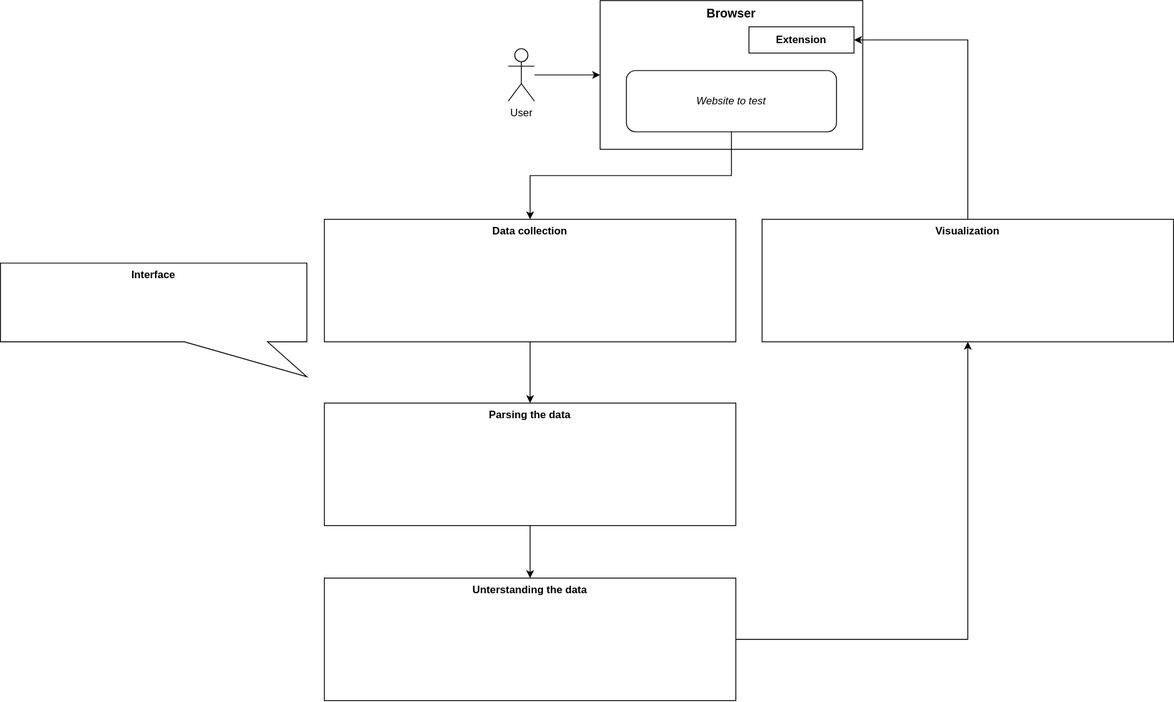
Above: documentation/modules.svg in tharsheblows/cloudfest-cookies (draw.io), before the change. Source tidied: cells renumbered, new cells last; positions are measured from the earlier drawing's top-left corner, leaving out a move shared by most shapes.
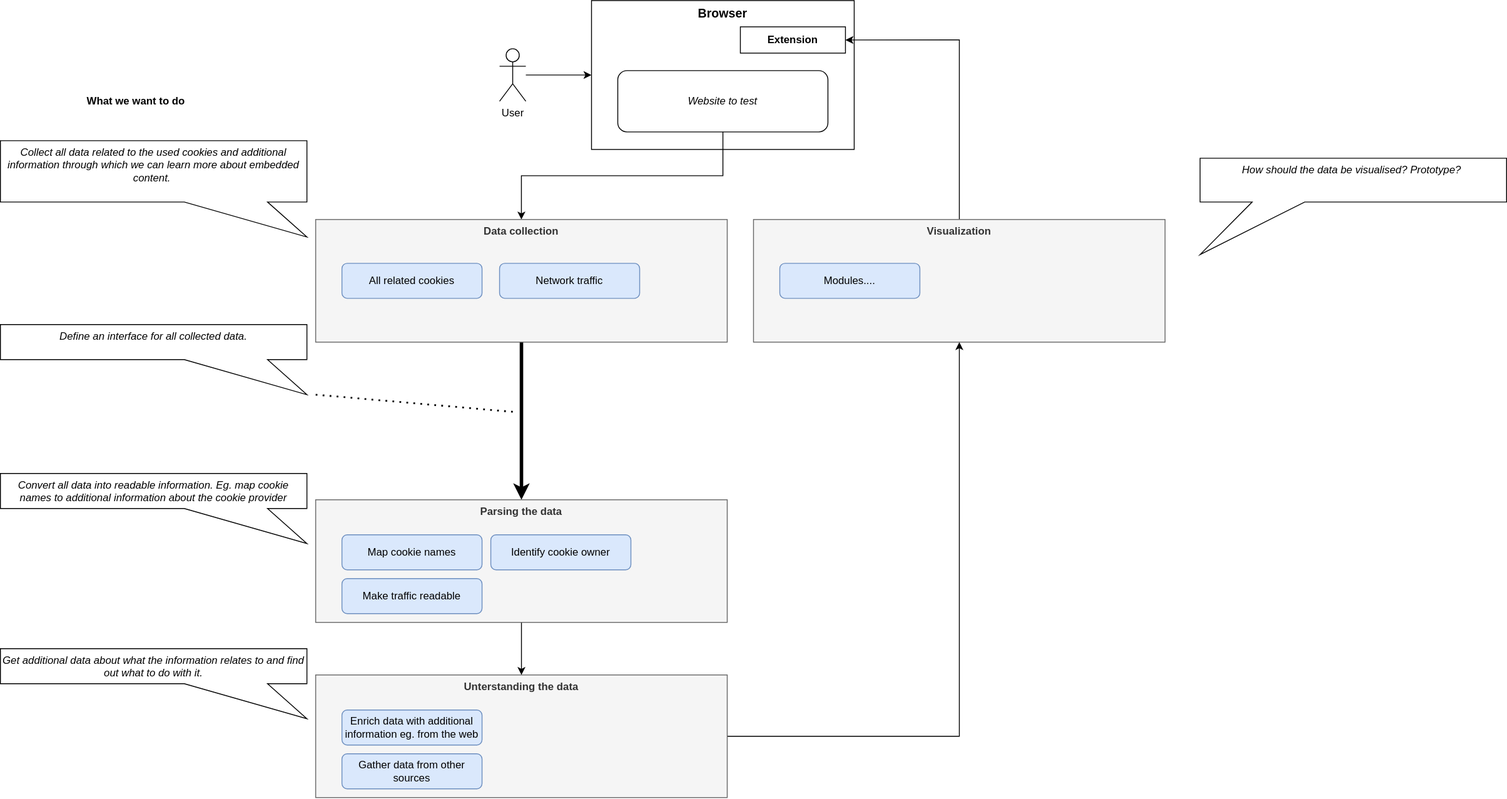
The same diagram one commit later.

Diff of the diagram source:
```diff
@@ -17,10 +17,10 @@
     <mxCell id="6" value="Website to test" style="rounded=1;whiteSpace=wrap;html=1;verticalAlign=middle;fontStyle=2;" parent="1" vertex="1">
       <mxGeometry x="715" y="80" width="240" height="70" as="geometry" />
     </mxCell>
-    <mxCell id="7" style="edgeStyle=orthogonalEdgeStyle;rounded=0;jettySize=auto;html=1;" parent="1" edge="1" source="8" target="11">
+    <mxCell id="7" style="edgeStyle=orthogonalEdgeStyle;rounded=0;jettySize=auto;html=1;strokeWidth=4;" parent="1" edge="1" source="8" target="11">
       <mxGeometry relative="1" as="geometry" />
     </mxCell>
-    <mxCell id="8" value="Data collection" style="rounded=0;whiteSpace=wrap;html=1;verticalAlign=top;fontStyle=1;" parent="1" vertex="1">
+    <mxCell id="8" value="Data collection" style="rounded=0;whiteSpace=wrap;html=1;verticalAlign=top;fontStyle=1;fillColor=#f5f5f5;fontColor=#333333;strokeColor=#666666;" parent="1" vertex="1">
       <mxGeometry x="370" y="250" width="470" height="140" as="geometry" />
     </mxCell>
     <mxCell id="9" value="&lt;b&gt;Extension&lt;/b&gt;" style="rounded=0;whiteSpace=wrap;html=1;verticalAlign=middle;" parent="1" vertex="1">
@@ -29,14 +29,14 @@
     <mxCell id="10" style="edgeStyle=orthogonalEdgeStyle;rounded=0;jettySize=auto;html=1;" parent="1" edge="1" source="11" target="13">
       <mxGeometry relative="1" as="geometry" />
     </mxCell>
-    <mxCell id="11" value="Parsing the data" style="rounded=0;whiteSpace=wrap;html=1;verticalAlign=top;fontStyle=1;" parent="1" vertex="1">
-      <mxGeometry x="370" y="460" width="470" height="140" as="geometry" />
+    <mxCell id="11" value="Parsing the data" style="rounded=0;whiteSpace=wrap;html=1;verticalAlign=top;fontStyle=1;fillColor=#f5f5f5;fontColor=#333333;strokeColor=#666666;" parent="1" vertex="1">
+      <mxGeometry x="370" y="570" width="470" height="140" as="geometry" />
     </mxCell>
     <mxCell id="12" style="edgeStyle=orthogonalEdgeStyle;rounded=0;jettySize=auto;html=1;" parent="1" edge="1" source="13" target="15">
       <mxGeometry relative="1" as="geometry" />
     </mxCell>
-    <mxCell id="13" value="Unterstanding the data" style="rounded=0;whiteSpace=wrap;html=1;verticalAlign=top;fontStyle=1;" parent="1" vertex="1">
-      <mxGeometry x="370" y="660" width="470" height="140" as="geometry" />
+    <mxCell id="13" value="Unterstanding the data" style="rounded=0;whiteSpace=wrap;html=1;verticalAlign=top;fontStyle=1;fillColor=#f5f5f5;fontColor=#333333;strokeColor=#666666;" parent="1" vertex="1">
+      <mxGeometry x="370" y="770" width="470" height="140" as="geometry" />
     </mxCell>
     <mxCell id="14" style="edgeStyle=orthogonalEdgeStyle;rounded=0;jettySize=auto;html=1;entryX=1;entryY=0.5;entryDx=0;entryDy=0;" parent="1" edge="1" source="15" target="9">
       <mxGeometry relative="1" as="geometry">
@@ -45,11 +45,56 @@
         </Array>
       </mxGeometry>
     </mxCell>
-    <mxCell id="15" value="Visualization" style="rounded=0;whiteSpace=wrap;html=1;verticalAlign=top;fontStyle=1;" parent="1" vertex="1">
+    <mxCell id="15" value="Visualization" style="rounded=0;whiteSpace=wrap;html=1;verticalAlign=top;fontStyle=1;fillColor=#f5f5f5;fontColor=#333333;strokeColor=#666666;" parent="1" vertex="1">
       <mxGeometry x="870" y="250" width="470" height="140" as="geometry" />
     </mxCell>
-    <mxCell id="16" value="&lt;b&gt;Interface&lt;/b&gt;" style="shape=callout;whiteSpace=wrap;html=1;perimeter=calloutPerimeter;verticalAlign=top;position2=1;base=95;size=40;position=0.6;" parent="1" vertex="1">
-      <mxGeometry y="300" width="350" height="130" as="geometry" />
+    <mxCell id="16" value="Collect all data related to the used cookies and additional information through which we can learn more about embedded content.&amp;nbsp;" style="shape=callout;whiteSpace=wrap;html=1;perimeter=calloutPerimeter;verticalAlign=top;position2=1;base=95;size=40;position=0.6;fontStyle=2;" parent="1" vertex="1">
+      <mxGeometry x="10" y="160" width="350" height="110" as="geometry" />
     </mxCell>
+    <mxCell id="17" value="All related cookies" style="rounded=1;whiteSpace=wrap;html=1;fillColor=#dae8fc;strokeColor=#6c8ebf;" parent="1" vertex="1">
+      <mxGeometry x="400" y="300" width="160" height="40" as="geometry" />
+    </mxCell>
+    <mxCell id="18" value="Map cookie names" style="rounded=1;whiteSpace=wrap;html=1;fillColor=#dae8fc;strokeColor=#6c8ebf;" parent="1" vertex="1">
+      <mxGeometry x="400" y="610" width="160" height="40" as="geometry" />
+    </mxCell>
+    <mxCell id="19" value="&lt;i&gt;Define an interface for all collected data.&lt;/i&gt;" style="shape=callout;whiteSpace=wrap;html=1;perimeter=calloutPerimeter;verticalAlign=top;position2=1;base=95;size=40;position=0.6;" parent="1" vertex="1">
+      <mxGeometry x="10" y="370" width="350" height="80" as="geometry" />
+    </mxCell>
+    <mxCell id="20" value="&lt;i&gt;Convert all data into readable information. Eg. map cookie names to additional information about the cookie provider&lt;/i&gt;" style="shape=callout;whiteSpace=wrap;html=1;perimeter=calloutPerimeter;verticalAlign=top;position2=1;base=95;size=40;position=0.6;" parent="1" vertex="1">
+      <mxGeometry x="10" y="540" width="350" height="80" as="geometry" />
+    </mxCell>
+    <mxCell id="21" value="&lt;i&gt;Get additional data about what the information relates to and find out what to do with it.&lt;/i&gt;" style="shape=callout;whiteSpace=wrap;html=1;perimeter=calloutPerimeter;verticalAlign=top;position2=1;base=95;size=40;position=0.6;" parent="1" vertex="1">
+      <mxGeometry x="10" y="740" width="350" height="80" as="geometry" />
+    </mxCell>
+    <mxCell id="22" value="&lt;i&gt;How should the data be visualised? Prototype?&amp;nbsp;&lt;/i&gt;" style="shape=callout;whiteSpace=wrap;html=1;perimeter=calloutPerimeter;verticalAlign=top;position2=0;base=60;size=60;position=0.17;" parent="1" vertex="1">
+      <mxGeometry x="1380" y="180" width="350" height="110" as="geometry" />
+    </mxCell>
+    <mxCell id="23" value="What we want to do" style="text;html=1;strokeColor=none;fillColor=none;align=center;verticalAlign=middle;whiteSpace=wrap;rounded=0;fontStyle=1;" parent="1" vertex="1">
+      <mxGeometry x="70" y="100" width="190" height="30" as="geometry" />
+    </mxCell>
+    <mxCell id="24" value="Network traffic" style="rounded=1;whiteSpace=wrap;html=1;fillColor=#dae8fc;strokeColor=#6c8ebf;" parent="1" vertex="1">
+      <mxGeometry x="580" y="300" width="160" height="40" as="geometry" />
+    </mxCell>
+    <mxCell id="25" value="Identify cookie owner" style="rounded=1;whiteSpace=wrap;html=1;fillColor=#dae8fc;strokeColor=#6c8ebf;" parent="1" vertex="1">
+      <mxGeometry x="570" y="610" width="160" height="40" as="geometry" />
+    </mxCell>
+    <mxCell id="26" value="Make traffic readable" style="rounded=1;whiteSpace=wrap;html=1;fillColor=#dae8fc;strokeColor=#6c8ebf;" parent="1" vertex="1">
+      <mxGeometry x="400" y="660" width="160" height="40" as="geometry" />
+    </mxCell>
+    <mxCell id="27" value="Enrich data with additional information eg. from the web" style="rounded=1;whiteSpace=wrap;html=1;fillColor=#dae8fc;strokeColor=#6c8ebf;" parent="1" vertex="1">
+      <mxGeometry x="400" y="810" width="160" height="40" as="geometry" />
+    </mxCell>
+    <mxCell id="28" value="Gather data from other sources" style="rounded=1;whiteSpace=wrap;html=1;fillColor=#dae8fc;strokeColor=#6c8ebf;" parent="1" vertex="1">
+      <mxGeometry x="400" y="860" width="160" height="40" as="geometry" />
+    </mxCell>
+    <mxCell id="29" value="Modules...." style="rounded=1;whiteSpace=wrap;html=1;fillColor=#dae8fc;strokeColor=#6c8ebf;" parent="1" vertex="1">
+      <mxGeometry x="900" y="300" width="160" height="40" as="geometry" />
+    </mxCell>
+    <mxCell id="30" style="endArrow=none;dashed=1;html=1;dashPattern=1 3;strokeWidth=2;rounded=0;" parent="1" edge="1">
+      <mxGeometry relative="1" as="geometry">
+        <mxPoint x="370" y="450" as="sourcePoint" />
+        <mxPoint x="600" y="470" as="targetPoint" />
+      </mxGeometry>
+    </mxCell>
   </root>
 </mxGraphModel>
```
